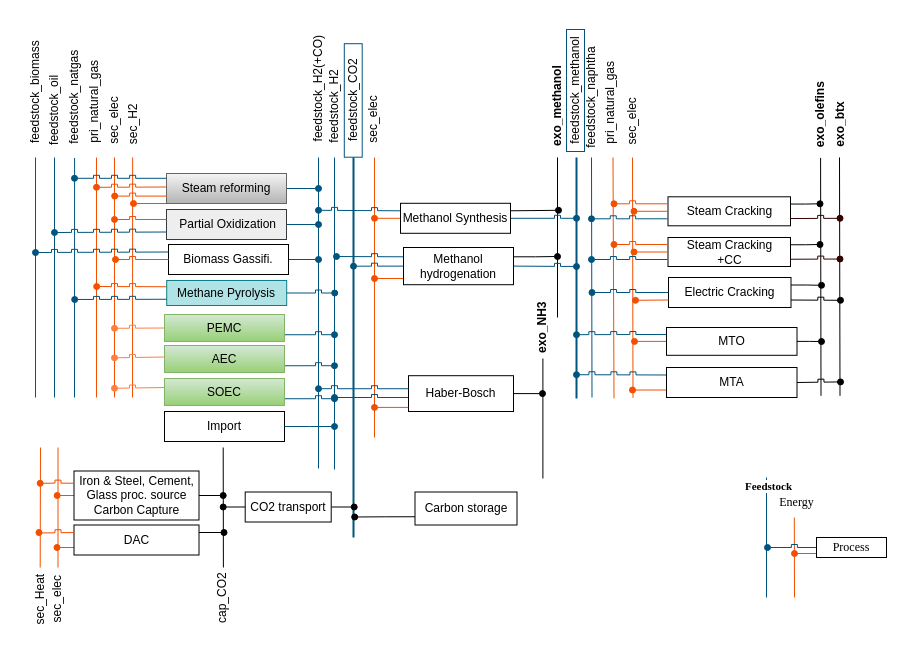
anik-ier/TAM_Industry_RES keeps this draw.io diagram as page "Chemi_TAM_new_v04" (5 of 17) of TAM_Industry_RES.drawio. Above is the earlier version. Source tidied: cells renumbered, new cells numbered last; positions are measured from the earlier drawing's top-left corner, leaving out a move shared by most shapes. Both pictures are drawn from the tidied source at 100%, with x=0, y=0 at pixel (-34, 17).
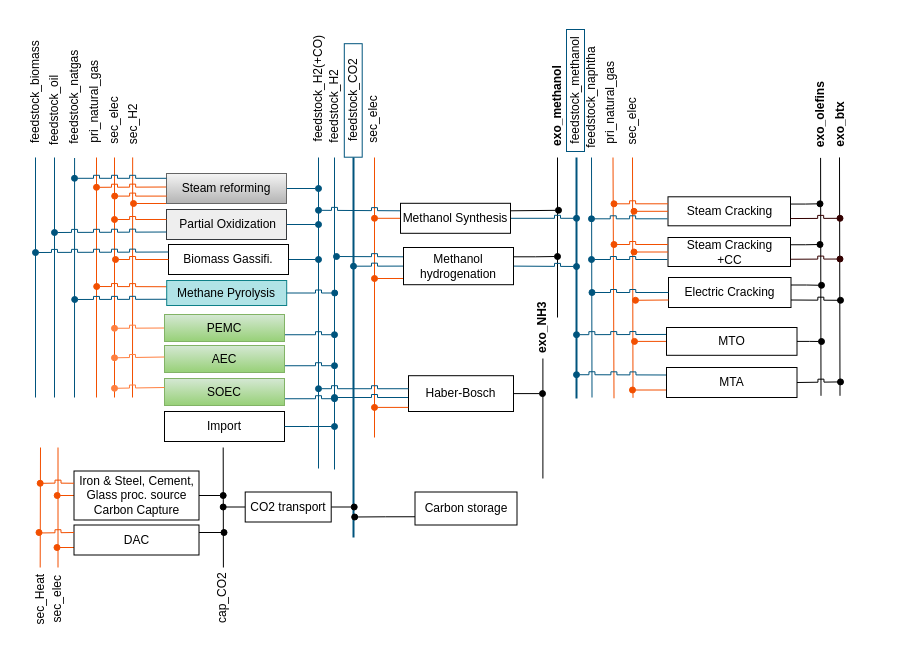
The same page after the edit.

The edit, as a diff of the source:
```diff
@@
-    <mxCell id="162" parent="0" />
-    <mxCell id="163" style="group;" parent="162" vertex="1">
-      <mxGeometry x="790" y="460" width="70" height="160" as="geometry" />
-    </mxCell>
-    <mxCell id="164" style="endArrow=none;html=1;rounded=0;strokeColor=#f24f00;" parent="163" edge="1">
-      <mxGeometry relative="1" as="geometry">
-        <mxPoint x="37.8" y="40" as="sourcePoint" />
-        <mxPoint x="38" y="120" as="targetPoint" />
-      </mxGeometry>
-    </mxCell>
-    <mxCell id="165" style="edgeStyle=orthogonalEdgeStyle;rounded=0;orthogonalLoop=1;jettySize=auto;html=1;exitX=0;exitY=0.25;exitDx=0;exitDy=0;endArrow=oval;endFill=1;strokeColor=#f24f00;jumpStyle=sharp;" parent="163" edge="1">
-      <mxGeometry relative="1" as="geometry">
-        <mxPoint x="62" y="76" as="sourcePoint" />
-        <mxPoint x="38" y="75.5" as="targetPoint" />
-      </mxGeometry>
-    </mxCell>
-    <mxCell id="166" value="&lt;font face=&quot;Times New Roman&quot;&gt;Energy&lt;/font&gt;" style="text;html=1;align=center;verticalAlign=middle;strokeColor=none;fillColor=none;fontFamily=Architects Daughter;" parent="163" vertex="1">
-      <mxGeometry x="10" y="10" width="60" height="30" as="geometry" />
-    </mxCell>
-    <mxCell id="167" style="endArrow=none;html=1;rounded=0;strokeColor=#00547D;" parent="163" edge="1">
-      <mxGeometry relative="1" as="geometry">
-        <mxPoint x="10" y="120" as="sourcePoint" />
-        <mxPoint x="10" as="targetPoint" />
-      </mxGeometry>
-    </mxCell>
-    <mxCell id="168" value="&lt;font face=&quot;Times New Roman&quot;&gt;Feedstock&lt;/font&gt;" style="edgeLabel;html=1;align=center;verticalAlign=middle;sketch=1;hachureGap=4;jiggle=2;curveFitting=1;fontFamily=Architects Daughter;fontStyle=1;" parent="167" vertex="1">
-      <mxGeometry x="0.86" y="-1" relative="1" as="geometry" />
-    </mxCell>
-    <mxCell id="169" style="edgeStyle=elbowEdgeStyle;rounded=0;orthogonalLoop=1;jettySize=auto;html=1;endArrow=oval;endFill=1;jumpStyle=sharp;strokeColor=#00547D;" parent="163" edge="1">
-      <mxGeometry relative="1" as="geometry">
-        <mxPoint x="60" y="70" as="sourcePoint" />
-        <mxPoint x="11" y="70" as="targetPoint" />
-      </mxGeometry>
-    </mxCell>
-    <mxCell id="170" value="&lt;font face=&quot;Times New Roman&quot;&gt;Process&lt;/font&gt;" style="rounded=0;whiteSpace=wrap;html=1;hachureGap=4;fontFamily=Architects Daughter;" parent="162" vertex="1">
-      <mxGeometry x="850" y="520" width="70" height="20" as="geometry" />
-    </mxCell>
```
